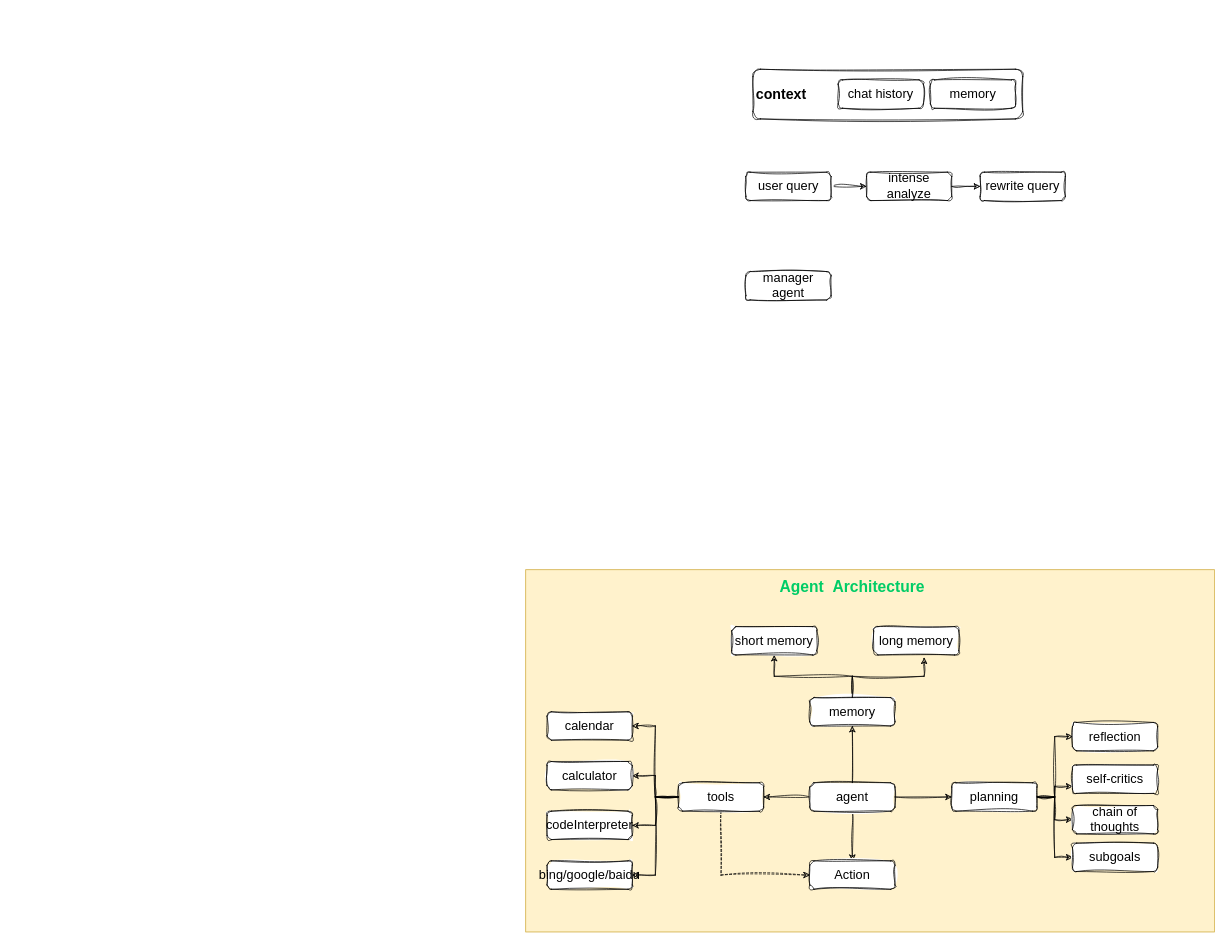
cumbersun/diagrams keeps this draw.io diagram as llm_agents.drawio. Above is the earlier version. Source tidied: cells renumbered, new cells numbered last; positions are measured from the earlier drawing's top-left corner, leaving out a move shared by most shapes. Both pictures are drawn from the tidied source at 71%, with x=0, y=0 at pixel (525, 69).
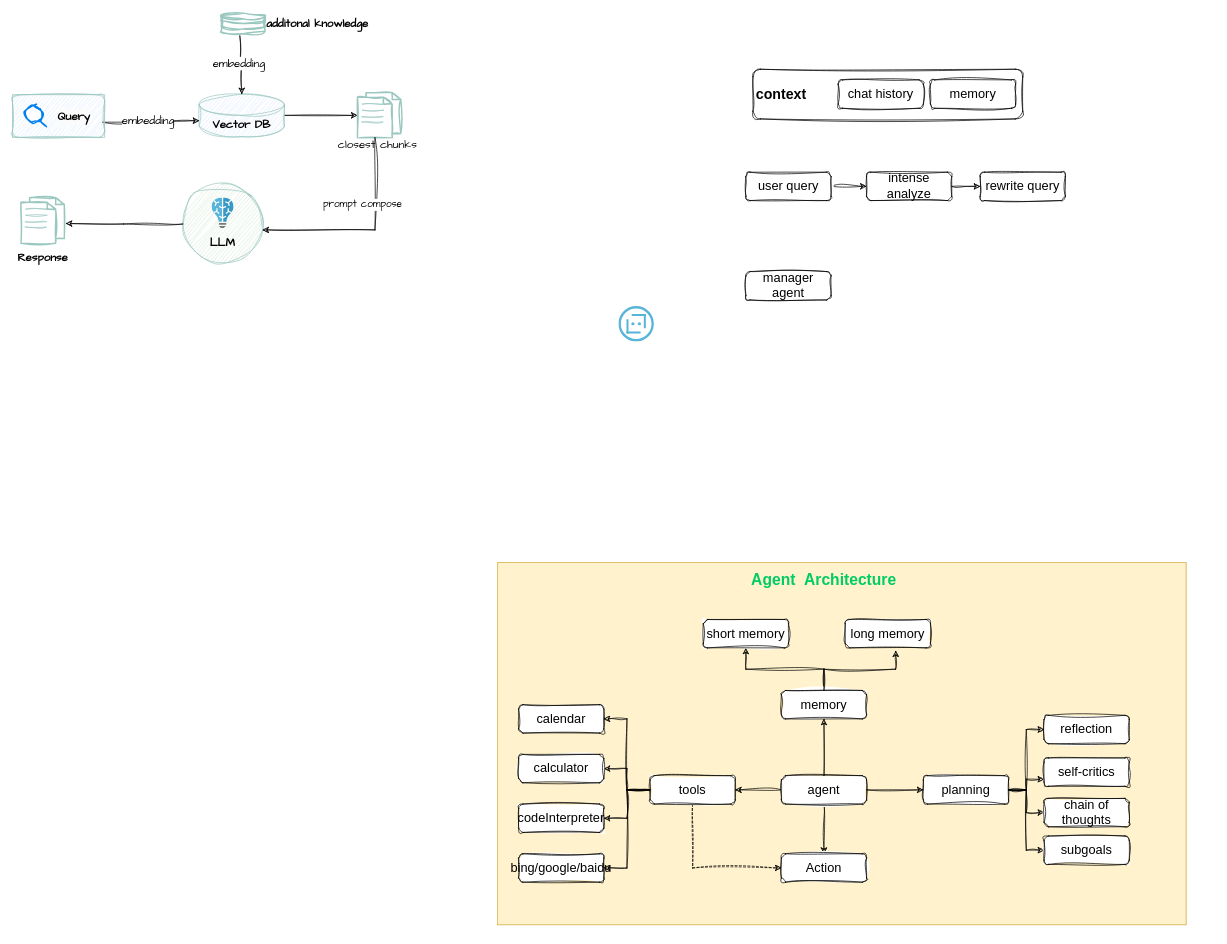
The same diagram, later.

What changed in the source:
```diff
@@
     <mxCell id="8" style="group;fillColor=#fff2cc;strokeColor=#d6b656;" parent="1" vertex="1">
-      <mxGeometry y="705" width="970" height="510" as="geometry" />
+      <mxGeometry x="-40" y="695" width="970" height="510" as="geometry" />
     </mxCell>
@@
+    <mxCell id="46" style="edgeStyle=orthogonalEdgeStyle;rounded=0;jettySize=auto;html=1;sketch=1;curveFitting=1;jiggle=2;" parent="1" edge="1" source="47" target="54">
+      <mxGeometry relative="1" as="geometry" />
+    </mxCell>
+    <mxCell id="47" value="Vector DB" style="shape=cylinder3;whiteSpace=wrap;html=1;boundedLbl=1;backgroundOutline=1;size=15;sketch=1;curveFitting=1;jiggle=2;fontFamily=Comic Sans MS;fontSize=16;fillColor=#dae8fc;strokeColor=#9AC7BF;fontStyle=1;horizontal=1;" parent="1" vertex="1">
+      <mxGeometry x="-460" y="35" width="120" height="60" as="geometry" />
+    </mxCell>
+    <mxCell id="48" value="additonal knowledge" style="html=1;verticalLabelPosition=middle;align=left;labelBackgroundColor=#ffffff;verticalAlign=middle;strokeWidth=2;strokeColor=#9AC7BF;shadow=0;dashed=0;shape=mxgraph.ios7.icons.data;sketch=1;curveFitting=1;jiggle=2;fontSize=16;fontFamily=Comic Sans MS;fontStyle=1;labelPosition=right;" parent="1" vertex="1">
+      <mxGeometry x="-429" y="-79" width="62" height="29.1" as="geometry" />
+    </mxCell>
+    <mxCell id="49" style="edgeStyle=orthogonalEdgeStyle;rounded=0;jettySize=auto;html=1;entryX=0.5;entryY=0;entryDx=0;entryDy=0;entryPerimeter=0;fontFamily=Comic Sans MS;exitX=0.424;exitY=1.1;exitDx=0;exitDy=0;exitPerimeter=0;sketch=1;curveFitting=1;jiggle=2;" parent="1" edge="1" source="48" target="47">
+      <mxGeometry relative="1" as="geometry" />
+    </mxCell>
+    <mxCell id="50" value="embedding" style="edgeLabel;html=1;align=center;verticalAlign=middle;fontSize=16;fontFamily=Comic Sans MS;" parent="49" vertex="1">
+      <mxGeometry x="-0.1" y="-2" relative="1" as="geometry" />
+    </mxCell>
+    <mxCell id="51" style="edgeStyle=orthogonalEdgeStyle;rounded=0;jettySize=auto;html=1;entryX=0;entryY=0;entryDx=0;entryDy=37.5;entryPerimeter=0;sketch=1;curveFitting=1;jiggle=2;exitX=0.979;exitY=0.644;exitDx=0;exitDy=0;exitPerimeter=0;" parent="1" edge="1" source="62" target="47">
+      <mxGeometry relative="1" as="geometry" />
+    </mxCell>
+    <mxCell id="52" value="&#10;&lt;span style=&quot;color: rgb(0, 0, 0); font-family: &amp;quot;Comic Sans MS&amp;quot;; font-size: 16px; font-style: normal; font-variant-ligatures: normal; font-variant-caps: normal; font-weight: 400; letter-spacing: normal; orphans: 2; text-align: center; text-indent: 0px; text-transform: none; widows: 2; word-spacing: 0px; -webkit-text-stroke-width: 0px; white-space: nowrap; background-color: rgb(255, 255, 255); text-decoration-thickness: initial; text-decoration-style: initial; text-decoration-color: initial; display: inline !important; float: none;&quot;&gt;embedding&lt;/span&gt;&#10;&#10;" style="edgeLabel;html=1;align=center;verticalAlign=middle;" parent="51" vertex="1">
+      <mxGeometry x="-0.06" y="-2" relative="1" as="geometry">
+        <mxPoint x="-2" y="2" as="offset" />
+      </mxGeometry>
+    </mxCell>
+    <mxCell id="53" style="group;" parent="1" vertex="1">
+      <mxGeometry x="-237" y="26" width="61" height="64" as="geometry" />
+    </mxCell>
+    <mxCell id="54" style="html=1;verticalLabelPosition=bottom;align=center;labelBackgroundColor=#ffffff;verticalAlign=top;strokeWidth=2;strokeColor=#9AC7BF;shadow=0;dashed=0;shape=mxgraph.ios7.icons.documents;sketch=1;curveFitting=1;jiggle=2;" parent="53" vertex="1">
+      <mxGeometry y="7" width="61" height="64" as="geometry" />
+    </mxCell>
+    <mxCell id="55" style="endArrow=none;html=1;rounded=0;sketch=1;curveFitting=1;jiggle=2;strokeColor=#9AC7BF;" parent="53" edge="1">
+      <mxGeometry relative="1" as="geometry">
+        <mxPoint x="36.6" y="23.1" as="sourcePoint" />
+        <mxPoint x="6.9" y="23.1" as="targetPoint" />
+      </mxGeometry>
+    </mxCell>
+    <mxCell id="56" style="endArrow=none;html=1;rounded=0;sketch=1;curveFitting=1;jiggle=2;strokeColor=#9AC7BF;" parent="53" edge="1">
+      <mxGeometry relative="1" as="geometry">
+        <mxPoint x="36.6" y="31.7" as="sourcePoint" />
+        <mxPoint x="6.9" y="31.7" as="targetPoint" />
+      </mxGeometry>
+    </mxCell>
+    <mxCell id="57" style="endArrow=none;html=1;rounded=0;sketch=1;curveFitting=1;jiggle=2;strokeColor=#9AC7BF;" parent="53" edge="1">
+      <mxGeometry relative="1" as="geometry">
+        <mxPoint x="35.8" y="40.9" as="sourcePoint" />
+        <mxPoint x="6.1" y="40.9" as="targetPoint" />
+      </mxGeometry>
+    </mxCell>
+    <mxCell id="58" style="endArrow=none;html=1;rounded=0;sketch=1;curveFitting=1;jiggle=2;strokeColor=#9AC7BF;" parent="53" edge="1">
+      <mxGeometry relative="1" as="geometry">
+        <mxPoint x="35.8" y="48.3" as="sourcePoint" />
+        <mxPoint x="6.1" y="48.3" as="targetPoint" />
+      </mxGeometry>
+    </mxCell>
+    <mxCell id="59" value="closest chunks" style="edgeLabel;html=1;align=center;verticalAlign=middle;fontSize=16;fontFamily=Comic Sans MS;" parent="1" vertex="1">
+      <mxGeometry x="-210" y="106" as="geometry" />
+    </mxCell>
+    <mxCell id="60" style="image;html=1;align=center;fontSize=12;image=img/lib/mscae/Bot_Services.svg;" parent="1" vertex="1">
+      <mxGeometry x="131" y="334" width="50" height="50" as="geometry" />
+    </mxCell>
+    <mxCell id="61" style="group;strokeColor=#9AC7BF;" parent="1" vertex="1">
+      <mxGeometry x="-723" y="36" width="130" height="60" as="geometry" />
+    </mxCell>
+    <mxCell id="62" style="rounded=1;whiteSpace=wrap;html=1;sketch=1;curveFitting=1;jiggle=2;fontFamily=Comic Sans MS;fontSize=18;fillColor=#dae8fc;strokeColor=#9AC7BF;" parent="61" vertex="1">
+      <mxGeometry width="130" height="60" as="geometry" />
+    </mxCell>
+    <mxCell id="63" value="&lt;span style=&quot;color: rgb(0, 0, 0); font-style: normal; font-variant-ligatures: normal; font-variant-caps: normal; letter-spacing: normal; orphans: 2; text-align: center; text-indent: 0px; text-transform: none; widows: 2; word-spacing: 0px; -webkit-text-stroke-width: 0px; white-space: normal; background-color: rgb(251, 251, 251); text-decoration-thickness: initial; text-decoration-style: initial; text-decoration-color: initial; float: none; display: inline !important;&quot;&gt;Query&lt;/span&gt;" style="text;whiteSpace=wrap;html=1;fontStyle=1;fontSize=16;fontFamily=Comic Sans MS;" parent="61" vertex="1">
+      <mxGeometry x="62" y="15" width="60" height="30" as="geometry" />
+    </mxCell>
+    <mxCell id="64" style="html=1;verticalLabelPosition=bottom;align=center;labelBackgroundColor=#ffffff;verticalAlign=top;strokeWidth=2;strokeColor=#0080F0;shadow=0;dashed=0;shape=mxgraph.ios7.icons.looking_glass;sketch=1;curveFitting=1;jiggle=2;fontFamily=Comic Sans MS;" parent="61" vertex="1">
+      <mxGeometry x="18" y="15" width="30" height="30" as="geometry" />
+    </mxCell>
+    <mxCell id="65" style="group;" parent="1" vertex="1">
+      <mxGeometry x="-483" y="162" width="112" height="112" as="geometry" />
+    </mxCell>
+    <mxCell id="66" style="ellipse;whiteSpace=wrap;html=1;sketch=1;curveFitting=1;jiggle=2;fillColor=#D5E8D4;strokeColor=#9AC7BF;" parent="65" vertex="1">
+      <mxGeometry width="112" height="112" as="geometry" />
+    </mxCell>
+    <mxCell id="67" style="image;sketch=1;html=1;align=center;fontSize=12;image=img/lib/mscae/Batch_AI.svg;curveFitting=1;jiggle=2;" parent="65" vertex="1">
+      <mxGeometry x="41" y="19" width="31" height="43" as="geometry" />
+    </mxCell>
+    <mxCell id="68" value="&lt;div style=&quot;&quot;&gt;LLM&lt;/div&gt;" style="text;whiteSpace=wrap;html=1;fontStyle=1;fontSize=16;fontFamily=Comic Sans MS;align=center;" parent="65" vertex="1">
+      <mxGeometry x="19" y="67" width="74" height="31" as="geometry" />
+    </mxCell>
+    <mxCell id="69" style="edgeStyle=orthogonalEdgeStyle;rounded=0;jettySize=auto;html=1;entryX=1.003;entryY=0.574;entryDx=0;entryDy=0;entryPerimeter=0;exitX=0.404;exitY=0.99;exitDx=0;exitDy=0;exitPerimeter=0;sketch=1;curveFitting=1;jiggle=2;" parent="1" edge="1" source="54" target="66">
+      <mxGeometry relative="1" as="geometry" />
+    </mxCell>
+    <mxCell id="70" value="prompt compose" style="edgeLabel;html=1;align=center;verticalAlign=middle;fontSize=14;fontFamily=Comic Sans MS;" parent="69" vertex="1">
+      <mxGeometry x="0.24" relative="1" as="geometry">
+        <mxPoint x="31" y="-36" as="offset" />
+      </mxGeometry>
+    </mxCell>
+    <mxCell id="71" style="edgeStyle=orthogonalEdgeStyle;rounded=0;jettySize=auto;html=1;entryX=1.038;entryY=0.568;entryDx=0;entryDy=0;entryPerimeter=0;sketch=1;curveFitting=1;jiggle=2;" parent="1" edge="1" source="66" target="74">
+      <mxGeometry relative="1" as="geometry" />
+    </mxCell>
+    <mxCell id="72" style="group;" parent="1" vertex="1">
+      <mxGeometry x="-711" y="174" width="61" height="107" as="geometry" />
+    </mxCell>
+    <mxCell id="73" style="group;" parent="72" vertex="1">
+      <mxGeometry width="61" height="64" as="geometry" />
+    </mxCell>
+    <mxCell id="74" style="html=1;verticalLabelPosition=bottom;align=center;labelBackgroundColor=#ffffff;verticalAlign=top;strokeWidth=2;strokeColor=#9AC7BF;shadow=0;dashed=0;shape=mxgraph.ios7.icons.documents;sketch=1;curveFitting=1;jiggle=2;" parent="73" vertex="1">
+      <mxGeometry y="7" width="61" height="64" as="geometry" />
+    </mxCell>
+    <mxCell id="75" style="endArrow=none;html=1;rounded=0;sketch=1;curveFitting=1;jiggle=2;strokeColor=#9AC7BF;" parent="73" edge="1">
+      <mxGeometry relative="1" as="geometry">
+        <mxPoint x="36.6" y="23.1" as="sourcePoint" />
+        <mxPoint x="6.9" y="23.1" as="targetPoint" />
+      </mxGeometry>
+    </mxCell>
+    <mxCell id="76" style="endArrow=none;html=1;rounded=0;sketch=1;curveFitting=1;jiggle=2;strokeColor=#9AC7BF;" parent="73" edge="1">
+      <mxGeometry relative="1" as="geometry">
+        <mxPoint x="36.6" y="31.7" as="sourcePoint" />
+        <mxPoint x="6.9" y="31.7" as="targetPoint" />
+      </mxGeometry>
+    </mxCell>
+    <mxCell id="77" style="endArrow=none;html=1;rounded=0;sketch=1;curveFitting=1;jiggle=2;strokeColor=#9AC7BF;" parent="73" edge="1">
+      <mxGeometry relative="1" as="geometry">
+        <mxPoint x="35.8" y="40.9" as="sourcePoint" />
+        <mxPoint x="6.1" y="40.9" as="targetPoint" />
+      </mxGeometry>
+    </mxCell>
+    <mxCell id="78" style="endArrow=none;html=1;rounded=0;sketch=1;curveFitting=1;jiggle=2;strokeColor=#9AC7BF;" parent="73" edge="1">
+      <mxGeometry relative="1" as="geometry">
+        <mxPoint x="35.8" y="48.3" as="sourcePoint" />
+        <mxPoint x="6.1" y="48.3" as="targetPoint" />
+      </mxGeometry>
+    </mxCell>
+    <mxCell id="79" value="&lt;span style=&quot;font-family: &amp;quot;Comic Sans MS&amp;quot;; font-size: 16px; text-wrap-mode: nowrap; background-color: rgb(255, 255, 255);&quot;&gt;Response&lt;/span&gt;" style="text;html=1;align=center;verticalAlign=middle;whiteSpace=wrap;rounded=0;fontStyle=1;" parent="72" vertex="1">
+      <mxGeometry x="1" y="77" width="60" height="30" as="geometry" />
+    </mxCell>
```
